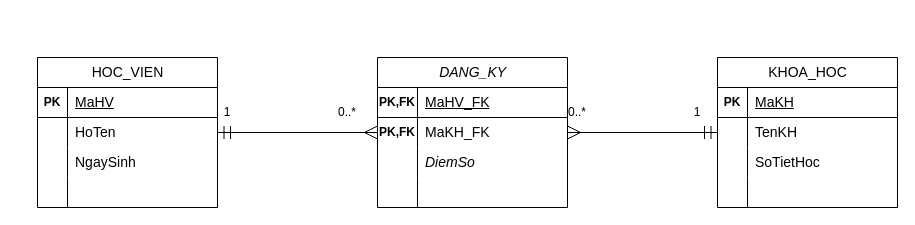
Above: bai2ss16.drawio in bloxfruit2007-dev/lenguyenhuuquoc-B25DTCN256-IT105-SS16-bai2 (draw.io), before the change. Source tidied: cells renumbered, new cells numbered last; positions are measured from the earlier drawing's top-left corner, leaving out a move shared by most shapes. Both pictures are drawn from the tidied source at 100%, with x=0, y=0 at pixel (37, 57).
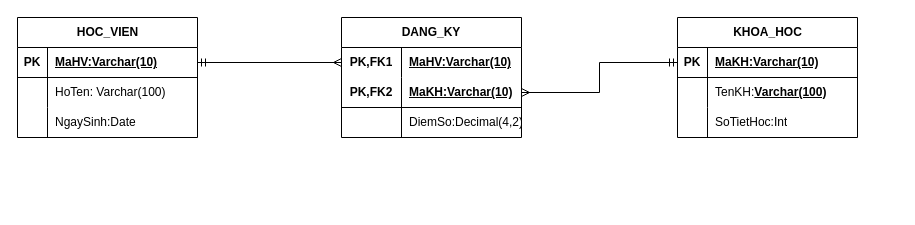
The same page after the edit.

Change to the diagram source:
```diff
@@
-    <mxCell id="2" value="&lt;span style=&quot;font-weight:normal;&quot; id=&quot;docs-internal-guid-da109971-7fff-e02a-cefb-be5c82370113&quot;&gt;&lt;span style=&quot;font-size: 10.5pt; font-family: Arial, sans-serif; background-color: transparent; font-variant: normal; vertical-align: baseline; white-space: pre-wrap;&quot;&gt;HOC_VIEN&lt;/span&gt;&lt;/span&gt;" style="shape=table;startSize=30;childLayout=tableLayout;rowLines=0;fontStyle=1;align=center;html=1;" parent="1" vertex="1">
-      <mxGeometry width="180" height="150" as="geometry" />
+    <mxCell id="2" value="HOC_VIEN" style="shape=table;startSize=30;childLayout=tableLayout;rowLines=0;fontStyle=1;align=center;html=1;" parent="1" vertex="1">
+      <mxGeometry x="-20" y="-40" width="180" height="120" as="geometry" />
     </mxCell>
-    <mxCell id="3" style="shape=tableRow;horizontal=0;startSize=0;swimlaneHead=0;swimlaneBody=0;fillColor=none;top=0;left=0;right=0;bottom=1;" parent="2" vertex="1">
-      <mxGeometry y="30" width="180" height="30" as="geometry" />
-    </mxCell>
-    <mxCell id="4" value="PK" style="shape=partialRectangle;fillColor=none;top=0;left=0;bottom=0;right=0;fontStyle=1;overflow=hidden;whiteSpace=wrap;html=1;" parent="3" vertex="1">
-      <mxGeometry width="30" height="30" as="geometry" />
-    </mxCell>
-    <mxCell id="5" value="&lt;span style=&quot;font-weight:normal;&quot; id=&quot;docs-internal-guid-be3519b0-7fff-9383-a02e-ca131d0c6548&quot;&gt;&lt;span style=&quot;font-size: 10.5pt; font-family: Arial, sans-serif; background-color: transparent; font-variant: normal; text-decoration: none; vertical-align: baseline; white-space: pre-wrap;&quot;&gt;MaHV&lt;/span&gt;&lt;/span&gt;" style="shape=partialRectangle;fillColor=none;top=0;left=0;bottom=0;right=0;align=left;spacingLeft=6;fontStyle=5;overflow=hidden;whiteSpace=wrap;html=1;" parent="3" vertex="1">
-      <mxGeometry x="30" width="150" height="30" as="geometry" />
-    </mxCell>
-    <mxCell id="6" style="shape=tableRow;horizontal=0;startSize=0;swimlaneHead=0;swimlaneBody=0;fillColor=none;points=[[0,0.5],[1,0.5]];portConstraint=eastwest;top=0;left=0;right=0;bottom=0;" parent="2" vertex="1">
-      <mxGeometry y="60" width="180" height="30" as="geometry" />
-    </mxCell>
-    <mxCell id="7" style="shape=partialRectangle;fillColor=none;top=0;left=0;bottom=0;right=0;overflow=hidden;whiteSpace=wrap;html=1;" parent="6" vertex="1">
-      <mxGeometry width="30" height="30" as="geometry" />
-    </mxCell>
-    <mxCell id="8" value="&lt;span id=&quot;docs-internal-guid-976521ca-7fff-04ba-26e0-6c78306e2eba&quot;&gt;&lt;span style=&quot;font-size: 10.5pt; font-family: Arial, sans-serif; background-color: transparent; font-variant: normal; vertical-align: baseline; white-space: pre-wrap;&quot;&gt;HoTen&lt;/span&gt;&lt;/span&gt;" style="shape=partialRectangle;fillColor=none;top=0;left=0;bottom=0;right=0;align=left;spacingLeft=6;overflow=hidden;whiteSpace=wrap;html=1;" parent="6" vertex="1">
-      <mxGeometry x="30" width="150" height="30" as="geometry" />
-    </mxCell>
-    <mxCell id="9" style="shape=tableRow;horizontal=0;startSize=0;swimlaneHead=0;swimlaneBody=0;fillColor=none;top=0;left=0;right=0;bottom=0;" parent="2" vertex="1">
-      <mxGeometry y="90" width="180" height="30" as="geometry" />
-    </mxCell>
-    <mxCell id="10" style="shape=partialRectangle;fillColor=none;top=0;left=0;bottom=0;right=0;overflow=hidden;whiteSpace=wrap;html=1;" parent="9" vertex="1">
-      <mxGeometry width="30" height="30" as="geometry" />
-    </mxCell>
-    <mxCell id="11" value="&lt;span id=&quot;docs-internal-guid-85628b65-7fff-3584-8744-3f693f07bd7a&quot;&gt;&lt;span style=&quot;font-size: 10.5pt; font-family: Arial, sans-serif; background-color: transparent; font-variant: normal; vertical-align: baseline; white-space: pre-wrap;&quot;&gt;NgaySinh&lt;/span&gt;&lt;/span&gt;" style="shape=partialRectangle;fillColor=none;top=0;left=0;bottom=0;right=0;align=left;spacingLeft=6;overflow=hidden;whiteSpace=wrap;html=1;" parent="9" vertex="1">
-      <mxGeometry x="30" width="150" height="30" as="geometry" />
-    </mxCell>
-    <mxCell id="12" style="shape=tableRow;horizontal=0;startSize=0;swimlaneHead=0;swimlaneBody=0;fillColor=none;top=0;left=0;right=0;bottom=0;" parent="2" vertex="1">
-      <mxGeometry y="120" width="180" height="30" as="geometry" />
-    </mxCell>
-    <mxCell id="13" style="shape=partialRectangle;fillColor=none;top=0;left=0;bottom=0;right=0;overflow=hidden;whiteSpace=wrap;html=1;" parent="12" vertex="1">
-      <mxGeometry width="30" height="30" as="geometry" />
-    </mxCell>
-    <mxCell id="14" style="shape=partialRectangle;fillColor=none;top=0;left=0;bottom=0;right=0;align=left;spacingLeft=6;overflow=hidden;whiteSpace=wrap;html=1;" parent="12" vertex="1">
-      <mxGeometry x="30" width="150" height="30" as="geometry" />
-    </mxCell>
+    <mxCell id="47" style="shape=tableRow;horizontal=0;startSize=0;swimlaneHead=0;swimlaneBody=0;fillColor=none;points=[[0,0.5],[1,0.5]];portConstraint=eastwest;top=0;left=0;right=0;bottom=1;" parent="2" vertex="1">
+      <mxGeometry y="30" width="180" height="30" as="geometry" />
+    </mxCell>
+    <mxCell id="48" value="PK" style="shape=partialRectangle;fillColor=none;top=0;left=0;bottom=0;right=0;fontStyle=1;overflow=hidden;whiteSpace=wrap;html=1;" parent="47" vertex="1">
+      <mxGeometry width="30" height="30" as="geometry" />
+    </mxCell>
+    <mxCell id="49" value="MaHV:Varchar(10)" style="shape=partialRectangle;fillColor=none;top=0;left=0;bottom=0;right=0;align=left;spacingLeft=6;fontStyle=5;overflow=hidden;whiteSpace=wrap;html=1;" parent="47" vertex="1">
+      <mxGeometry x="30" width="150" height="30" as="geometry" />
+    </mxCell>
+    <mxCell id="50" style="shape=tableRow;horizontal=0;startSize=0;swimlaneHead=0;swimlaneBody=0;fillColor=none;top=0;left=0;right=0;bottom=0;" parent="2" vertex="1">
+      <mxGeometry y="60" width="180" height="30" as="geometry" />
+    </mxCell>
+    <mxCell id="51" style="shape=partialRectangle;fillColor=none;top=0;left=0;bottom=0;right=0;overflow=hidden;whiteSpace=wrap;html=1;" parent="50" vertex="1">
+      <mxGeometry width="30" height="30" as="geometry" />
+    </mxCell>
+    <mxCell id="52" value="HoTen: Varchar(100)" style="shape=partialRectangle;fillColor=none;top=0;left=0;bottom=0;right=0;align=left;spacingLeft=6;overflow=hidden;whiteSpace=wrap;html=1;" parent="50" vertex="1">
+      <mxGeometry x="30" width="150" height="30" as="geometry" />
+    </mxCell>
+    <mxCell id="53" style="shape=tableRow;horizontal=0;startSize=0;swimlaneHead=0;swimlaneBody=0;fillColor=none;top=0;left=0;right=0;bottom=0;" parent="2" vertex="1">
+      <mxGeometry y="90" width="180" height="30" as="geometry" />
+    </mxCell>
+    <mxCell id="54" style="shape=partialRectangle;fillColor=none;top=0;left=0;bottom=0;right=0;overflow=hidden;whiteSpace=wrap;html=1;" parent="53" vertex="1">
+      <mxGeometry width="30" height="30" as="geometry" />
+    </mxCell>
+    <mxCell id="55" value="NgaySinh:Date" style="shape=partialRectangle;fillColor=none;top=0;left=0;bottom=0;right=0;align=left;spacingLeft=6;overflow=hidden;whiteSpace=wrap;html=1;" parent="53" vertex="1">
+      <mxGeometry x="30" width="150" height="30" as="geometry" />
+    </mxCell>
-    <mxCell id="15" value="&lt;span style=&quot;font-weight:normal;&quot; id=&quot;docs-internal-guid-8ddf51f9-7fff-6d45-a381-120960da3c38&quot;&gt;&lt;span style=&quot;font-size: 10.5pt; font-family: Arial, sans-serif; background-color: transparent; font-style: italic; font-variant: normal; vertical-align: baseline; white-space: pre-wrap;&quot;&gt;DANG_KY &lt;/span&gt;&lt;/span&gt;" style="shape=table;startSize=30;childLayout=tableLayout;rowLines=0;fontStyle=1;align=center;html=1;" parent="1" vertex="1">
-      <mxGeometry x="340" width="190" height="150" as="geometry" />
+    <mxCell id="15" value="DANG_KY" style="shape=table;startSize=30;childLayout=tableLayout;rowLines=0;fontStyle=1;align=center;html=1;whiteSpace=wrap;" parent="1" vertex="1">
+      <mxGeometry x="304" y="-40" width="180" height="120" as="geometry" />
     </mxCell>
-    <mxCell id="16" style="shape=tableRow;horizontal=0;startSize=0;swimlaneHead=0;swimlaneBody=0;fillColor=none;top=0;left=0;right=0;bottom=1;" parent="15" vertex="1">
-      <mxGeometry y="30" width="190" height="30" as="geometry" />
-    </mxCell>
-    <mxCell id="17" value="PK,FK" style="shape=partialRectangle;fillColor=none;top=0;left=0;bottom=0;right=0;fontStyle=1;overflow=hidden;whiteSpace=wrap;html=1;" parent="16" vertex="1">
-      <mxGeometry width="40" height="30" as="geometry" />
-    </mxCell>
-    <mxCell id="18" value="&lt;font face=&quot;Arial, sans-serif&quot;&gt;&lt;span style=&quot;font-size: 14px; font-weight: 400; white-space-collapse: preserve;&quot;&gt;MaHV_FK&lt;/span&gt;&lt;/font&gt;" style="shape=partialRectangle;fillColor=none;top=0;left=0;bottom=0;right=0;align=left;spacingLeft=6;fontStyle=5;overflow=hidden;whiteSpace=wrap;html=1;" parent="16" vertex="1">
-      <mxGeometry x="40" width="150" height="30" as="geometry" />
-    </mxCell>
-    <mxCell id="19" style="shape=tableRow;horizontal=0;startSize=0;swimlaneHead=0;swimlaneBody=0;fillColor=none;points=[[0,0.5],[1,0.5]];portConstraint=eastwest;top=0;left=0;right=0;bottom=0;" parent="15" vertex="1">
-      <mxGeometry y="60" width="190" height="30" as="geometry" />
-    </mxCell>
-    <mxCell id="20" value="&lt;span style=&quot;font-weight: 700;&quot;&gt;PK,FK&lt;/span&gt;" style="shape=partialRectangle;fillColor=none;top=0;left=0;bottom=0;right=0;overflow=hidden;whiteSpace=wrap;html=1;" parent="19" vertex="1">
-      <mxGeometry width="40" height="30" as="geometry" />
-    </mxCell>
-    <mxCell id="21" value="&lt;font face=&quot;Arial, sans-serif&quot;&gt;&lt;span style=&quot;font-size: 14px; white-space-collapse: preserve;&quot;&gt;MaKH_FK&lt;/span&gt;&lt;/font&gt;" style="shape=partialRectangle;fillColor=none;top=0;left=0;bottom=0;right=0;align=left;spacingLeft=6;overflow=hidden;whiteSpace=wrap;html=1;" parent="19" vertex="1">
-      <mxGeometry x="40" width="150" height="30" as="geometry" />
-    </mxCell>
-    <mxCell id="22" style="shape=tableRow;horizontal=0;startSize=0;swimlaneHead=0;swimlaneBody=0;fillColor=none;top=0;left=0;right=0;bottom=0;" parent="15" vertex="1">
-      <mxGeometry y="90" width="190" height="30" as="geometry" />
-    </mxCell>
-    <mxCell id="23" style="shape=partialRectangle;fillColor=none;top=0;left=0;bottom=0;right=0;overflow=hidden;whiteSpace=wrap;html=1;" parent="22" vertex="1">
-      <mxGeometry width="40" height="30" as="geometry" />
-    </mxCell>
-    <mxCell id="24" value="&lt;span id=&quot;docs-internal-guid-4d7e7851-7fff-3c20-4219-4bd191a40d31&quot;&gt;&lt;span style=&quot;font-size: 10.5pt; font-family: Arial, sans-serif; background-color: transparent; font-style: italic; font-variant: normal; vertical-align: baseline; white-space: pre-wrap;&quot;&gt;DiemSo &lt;/span&gt;&lt;/span&gt;" style="shape=partialRectangle;fillColor=none;top=0;left=0;bottom=0;right=0;align=left;spacingLeft=6;overflow=hidden;whiteSpace=wrap;html=1;" parent="22" vertex="1">
-      <mxGeometry x="40" width="150" height="30" as="geometry" />
-    </mxCell>
-    <mxCell id="25" style="shape=tableRow;horizontal=0;startSize=0;swimlaneHead=0;swimlaneBody=0;fillColor=none;top=0;left=0;right=0;bottom=0;" parent="15" vertex="1">
-      <mxGeometry y="120" width="190" height="30" as="geometry" />
-    </mxCell>
-    <mxCell id="26" style="shape=partialRectangle;fillColor=none;top=0;left=0;bottom=0;right=0;overflow=hidden;whiteSpace=wrap;html=1;" parent="25" vertex="1">
-      <mxGeometry width="40" height="30" as="geometry" />
-    </mxCell>
-    <mxCell id="27" style="shape=partialRectangle;fillColor=none;top=0;left=0;bottom=0;right=0;align=left;spacingLeft=6;overflow=hidden;whiteSpace=wrap;html=1;" parent="25" vertex="1">
-      <mxGeometry x="40" width="150" height="30" as="geometry" />
-    </mxCell>
+    <mxCell id="56" style="shape=tableRow;horizontal=0;startSize=0;swimlaneHead=0;swimlaneBody=0;fillColor=none;points=[[0,0.5],[1,0.5]];portConstraint=eastwest;top=0;left=0;right=0;bottom=0;html=1;" parent="15" vertex="1">
+      <mxGeometry y="30" width="180" height="30" as="geometry" />
+    </mxCell>
+    <mxCell id="57" value="PK,FK1" style="shape=partialRectangle;fillColor=none;top=0;left=0;bottom=0;right=0;fontStyle=1;overflow=hidden;html=1;whiteSpace=wrap;" parent="56" vertex="1">
+      <mxGeometry width="60" height="30" as="geometry" />
+    </mxCell>
+    <mxCell id="58" value="MaHV:Varchar(10)" style="shape=partialRectangle;fillColor=none;top=0;left=0;bottom=0;right=0;align=left;spacingLeft=6;fontStyle=5;overflow=hidden;html=1;whiteSpace=wrap;" parent="56" vertex="1">
+      <mxGeometry x="60" width="120" height="30" as="geometry" />
+    </mxCell>
+    <mxCell id="59" style="shape=tableRow;horizontal=0;startSize=0;swimlaneHead=0;swimlaneBody=0;fillColor=none;points=[[0,0.5],[1,0.5]];portConstraint=eastwest;top=0;left=0;right=0;bottom=1;html=1;" parent="15" vertex="1">
+      <mxGeometry y="60" width="180" height="30" as="geometry" />
+    </mxCell>
+    <mxCell id="60" value="PK,FK2" style="shape=partialRectangle;fillColor=none;top=0;left=0;bottom=0;right=0;fontStyle=1;overflow=hidden;html=1;whiteSpace=wrap;" parent="59" vertex="1">
+      <mxGeometry width="60" height="30" as="geometry" />
+    </mxCell>
+    <mxCell id="61" value="MaKH:Varchar(10)" style="shape=partialRectangle;fillColor=none;top=0;left=0;bottom=0;right=0;align=left;spacingLeft=6;fontStyle=5;overflow=hidden;html=1;whiteSpace=wrap;" parent="59" vertex="1">
+      <mxGeometry x="60" width="120" height="30" as="geometry" />
+    </mxCell>
+    <mxCell id="62" style="shape=tableRow;horizontal=0;startSize=0;swimlaneHead=0;swimlaneBody=0;fillColor=none;top=0;left=0;right=0;bottom=0;html=1;" parent="15" vertex="1">
+      <mxGeometry y="90" width="180" height="30" as="geometry" />
+    </mxCell>
+    <mxCell id="63" style="shape=partialRectangle;fillColor=none;top=0;left=0;bottom=0;right=0;overflow=hidden;html=1;whiteSpace=wrap;" parent="62" vertex="1">
+      <mxGeometry width="60" height="30" as="geometry" />
+    </mxCell>
+    <mxCell id="64" value="DiemSo:Decimal(4,2)" style="shape=partialRectangle;fillColor=none;top=0;left=0;bottom=0;right=0;align=left;spacingLeft=6;overflow=hidden;html=1;whiteSpace=wrap;" parent="62" vertex="1">
+      <mxGeometry x="60" width="120" height="30" as="geometry" />
+    </mxCell>
-    <mxCell id="28" value="&lt;span style=&quot;font-weight:normal;&quot; id=&quot;docs-internal-guid-deaeabb2-7fff-f2aa-be4c-87699795b89e&quot;&gt;&lt;span style=&quot;font-size: 10.5pt; font-family: Arial, sans-serif; background-color: transparent; font-variant: normal; vertical-align: baseline; white-space: pre-wrap;&quot;&gt;KHOA_HOC&lt;/span&gt;&lt;/span&gt;" style="shape=table;startSize=30;childLayout=tableLayout;rowLines=0;fontStyle=1;align=center;html=1;" parent="1" vertex="1">
-      <mxGeometry x="680" width="180" height="150" as="geometry" />
+    <mxCell id="28" value="KHOA_HOC" style="shape=table;startSize=30;childLayout=tableLayout;rowLines=0;fontStyle=1;align=center;html=1;" parent="1" vertex="1">
+      <mxGeometry x="640" y="-40" width="180" height="120" as="geometry" />
     </mxCell>
-    <mxCell id="29" style="shape=tableRow;horizontal=0;startSize=0;swimlaneHead=0;swimlaneBody=0;fillColor=none;top=0;left=0;right=0;bottom=1;" parent="28" vertex="1">
-      <mxGeometry y="30" width="180" height="30" as="geometry" />
-    </mxCell>
-    <mxCell id="30" value="PK" style="shape=partialRectangle;fillColor=none;top=0;left=0;bottom=0;right=0;fontStyle=1;overflow=hidden;whiteSpace=wrap;html=1;" parent="29" vertex="1">
-      <mxGeometry width="30" height="30" as="geometry" />
-    </mxCell>
-    <mxCell id="31" value="&lt;span style=&quot;font-weight:normal;&quot; id=&quot;docs-internal-guid-59b08048-7fff-8b3f-62fa-0d64cbd9f3e9&quot;&gt;&lt;span style=&quot;font-size: 10.5pt; font-family: Arial, sans-serif; background-color: transparent; font-variant: normal; text-decoration: none; vertical-align: baseline; white-space: pre-wrap;&quot;&gt;MaKH&lt;/span&gt;&lt;/span&gt;" style="shape=partialRectangle;fillColor=none;top=0;left=0;bottom=0;right=0;align=left;spacingLeft=6;fontStyle=5;overflow=hidden;whiteSpace=wrap;html=1;" parent="29" vertex="1">
-      <mxGeometry x="30" width="150" height="30" as="geometry" />
-    </mxCell>
-    <mxCell id="32" style="shape=tableRow;horizontal=0;startSize=0;swimlaneHead=0;swimlaneBody=0;fillColor=none;points=[[0,0.5],[1,0.5]];portConstraint=eastwest;top=0;left=0;right=0;bottom=0;" parent="28" vertex="1">
-      <mxGeometry y="60" width="180" height="30" as="geometry" />
-    </mxCell>
-    <mxCell id="33" style="shape=partialRectangle;fillColor=none;top=0;left=0;bottom=0;right=0;overflow=hidden;whiteSpace=wrap;html=1;" parent="32" vertex="1">
-      <mxGeometry width="30" height="30" as="geometry" />
-    </mxCell>
-    <mxCell id="34" value="&lt;span id=&quot;docs-internal-guid-af59c9e4-7fff-b85a-8237-d93fa9a60623&quot;&gt;&lt;span style=&quot;font-size: 10.5pt; font-family: Arial, sans-serif; background-color: transparent; font-variant: normal; vertical-align: baseline; white-space: pre-wrap;&quot;&gt;TenKH&lt;/span&gt;&lt;/span&gt;" style="shape=partialRectangle;fillColor=none;top=0;left=0;bottom=0;right=0;align=left;spacingLeft=6;overflow=hidden;whiteSpace=wrap;html=1;" parent="32" vertex="1">
-      <mxGeometry x="30" width="150" height="30" as="geometry" />
-    </mxCell>
-    <mxCell id="35" style="shape=tableRow;horizontal=0;startSize=0;swimlaneHead=0;swimlaneBody=0;fillColor=none;top=0;left=0;right=0;bottom=0;" parent="28" vertex="1">
-      <mxGeometry y="90" width="180" height="30" as="geometry" />
-    </mxCell>
-    <mxCell id="36" style="shape=partialRectangle;fillColor=none;top=0;left=0;bottom=0;right=0;overflow=hidden;whiteSpace=wrap;html=1;" parent="35" vertex="1">
-      <mxGeometry width="30" height="30" as="geometry" />
-    </mxCell>
-    <mxCell id="37" value="&lt;span id=&quot;docs-internal-guid-0decf45d-7fff-cace-238c-1f6db2be8b05&quot;&gt;&lt;span style=&quot;font-size: 10.5pt; font-family: Arial, sans-serif; background-color: transparent; font-variant: normal; vertical-align: baseline; white-space: pre-wrap;&quot;&gt;SoTietHoc&lt;/span&gt;&lt;/span&gt;" style="shape=partialRectangle;fillColor=none;top=0;left=0;bottom=0;right=0;align=left;spacingLeft=6;overflow=hidden;whiteSpace=wrap;html=1;" parent="35" vertex="1">
-      <mxGeometry x="30" width="150" height="30" as="geometry" />
-    </mxCell>
-    <mxCell id="38" style="shape=tableRow;horizontal=0;startSize=0;swimlaneHead=0;swimlaneBody=0;fillColor=none;top=0;left=0;right=0;bottom=0;" parent="28" vertex="1">
-      <mxGeometry y="120" width="180" height="30" as="geometry" />
-    </mxCell>
-    <mxCell id="39" style="shape=partialRectangle;fillColor=none;top=0;left=0;bottom=0;right=0;overflow=hidden;whiteSpace=wrap;html=1;" parent="38" vertex="1">
-      <mxGeometry width="30" height="30" as="geometry" />
-    </mxCell>
-    <mxCell id="40" style="shape=partialRectangle;fillColor=none;top=0;left=0;bottom=0;right=0;align=left;spacingLeft=6;overflow=hidden;whiteSpace=wrap;html=1;" parent="38" vertex="1">
-      <mxGeometry x="30" width="150" height="30" as="geometry" />
-    </mxCell>
-    <mxCell id="41" style="edgeStyle=orthogonalEdgeStyle;rounded=0;jettySize=auto;html=1;fontFamily=Helvetica;fontSize=12;fontColor=default;endArrow=ERmany;endFill=0;startArrow=ERmandOne;startFill=0;startSize=11;endSize=11;" parent="1" edge="1" source="6" target="19">
-      <mxGeometry relative="1" as="geometry" />
-    </mxCell>
-    <mxCell id="42" style="edgeStyle=orthogonalEdgeStyle;rounded=0;jettySize=auto;html=1;entryX=0;entryY=0.5;entryDx=0;entryDy=0;fontFamily=Helvetica;fontSize=12;fontColor=default;endArrow=ERmandOne;endFill=0;startArrow=ERmany;startFill=0;startSize=11;endSize=11;" parent="1" edge="1" source="19" target="32">
-      <mxGeometry relative="1" as="geometry" />
-    </mxCell>
-    <mxCell id="43" value="1" style="text;html=1;whiteSpace=wrap;strokeColor=none;fillColor=none;align=center;verticalAlign=middle;rounded=0;" parent="1" vertex="1">
-      <mxGeometry x="160" y="40" width="60" height="30" as="geometry" />
-    </mxCell>
-    <mxCell id="44" value="0..*" style="text;html=1;whiteSpace=wrap;strokeColor=none;fillColor=none;align=center;verticalAlign=middle;rounded=0;" parent="1" vertex="1">
-      <mxGeometry x="280" y="40" width="60" height="30" as="geometry" />
-    </mxCell>
-    <mxCell id="45" value="0..*" style="text;html=1;whiteSpace=wrap;strokeColor=none;fillColor=none;align=center;verticalAlign=middle;rounded=0;" parent="1" vertex="1">
-      <mxGeometry x="510" y="40" width="60" height="30" as="geometry" />
-    </mxCell>
-    <mxCell id="46" value="1" style="text;html=1;whiteSpace=wrap;strokeColor=none;fillColor=none;align=center;verticalAlign=middle;rounded=0;" parent="1" vertex="1">
-      <mxGeometry x="630" y="40" width="60" height="30" as="geometry" />
-    </mxCell>
+    <mxCell id="65" style="shape=tableRow;horizontal=0;startSize=0;swimlaneHead=0;swimlaneBody=0;fillColor=none;points=[[0,0.5],[1,0.5]];portConstraint=eastwest;top=0;left=0;right=0;bottom=1;" parent="28" vertex="1">
+      <mxGeometry y="30" width="180" height="30" as="geometry" />
+    </mxCell>
+    <mxCell id="66" value="PK" style="shape=partialRectangle;fillColor=none;top=0;left=0;bottom=0;right=0;fontStyle=1;overflow=hidden;whiteSpace=wrap;html=1;" parent="65" vertex="1">
+      <mxGeometry width="30" height="30" as="geometry" />
+    </mxCell>
+    <mxCell id="67" value="MaKH:Varchar(10)" style="shape=partialRectangle;fillColor=none;top=0;left=0;bottom=0;right=0;align=left;spacingLeft=6;fontStyle=5;overflow=hidden;whiteSpace=wrap;html=1;" parent="65" vertex="1">
+      <mxGeometry x="30" width="150" height="30" as="geometry" />
+    </mxCell>
+    <mxCell id="68" style="shape=tableRow;horizontal=0;startSize=0;swimlaneHead=0;swimlaneBody=0;fillColor=none;top=0;left=0;right=0;bottom=0;" parent="28" vertex="1">
+      <mxGeometry y="60" width="180" height="30" as="geometry" />
+    </mxCell>
+    <mxCell id="69" style="shape=partialRectangle;fillColor=none;top=0;left=0;bottom=0;right=0;overflow=hidden;whiteSpace=wrap;html=1;" parent="68" vertex="1">
+      <mxGeometry width="30" height="30" as="geometry" />
+    </mxCell>
+    <mxCell id="70" value="TenKH:&lt;span style=&quot;font-weight: 700; text-decoration: underline;&quot;&gt;Varchar(100)&lt;/span&gt;" style="shape=partialRectangle;fillColor=none;top=0;left=0;bottom=0;right=0;align=left;spacingLeft=6;overflow=hidden;whiteSpace=wrap;html=1;" parent="68" vertex="1">
+      <mxGeometry x="30" width="150" height="30" as="geometry" />
+    </mxCell>
+    <mxCell id="71" style="shape=tableRow;horizontal=0;startSize=0;swimlaneHead=0;swimlaneBody=0;fillColor=none;top=0;left=0;right=0;bottom=0;" parent="28" vertex="1">
+      <mxGeometry y="90" width="180" height="30" as="geometry" />
+    </mxCell>
+    <mxCell id="72" style="shape=partialRectangle;fillColor=none;top=0;left=0;bottom=0;right=0;overflow=hidden;whiteSpace=wrap;html=1;" parent="71" vertex="1">
+      <mxGeometry width="30" height="30" as="geometry" />
+    </mxCell>
+    <mxCell id="73" value="SoTietHoc:Int" style="shape=partialRectangle;fillColor=none;top=0;left=0;bottom=0;right=0;align=left;spacingLeft=6;overflow=hidden;whiteSpace=wrap;html=1;" parent="71" vertex="1">
+      <mxGeometry x="30" width="150" height="30" as="geometry" />
+    </mxCell>
+    <mxCell id="74" style="edgeStyle=orthogonalEdgeStyle;rounded=0;jettySize=auto;html=1;entryX=0;entryY=0.5;entryDx=0;entryDy=0;fontFamily=Helvetica;fontSize=12;fontColor=default;endArrow=ERmany;endFill=0;startArrow=ERmandOne;startFill=0;" parent="1" edge="1" source="47" target="56">
+      <mxGeometry relative="1" as="geometry" />
+    </mxCell>
+    <mxCell id="75" style="edgeStyle=orthogonalEdgeStyle;rounded=0;jettySize=auto;html=1;entryX=0;entryY=0.5;entryDx=0;entryDy=0;fontFamily=Helvetica;fontSize=12;fontColor=default;endArrow=ERmandOne;endFill=0;startArrow=ERmany;startFill=0;" parent="1" edge="1" source="59" target="65">
+      <mxGeometry relative="1" as="geometry" />
+    </mxCell>
```
